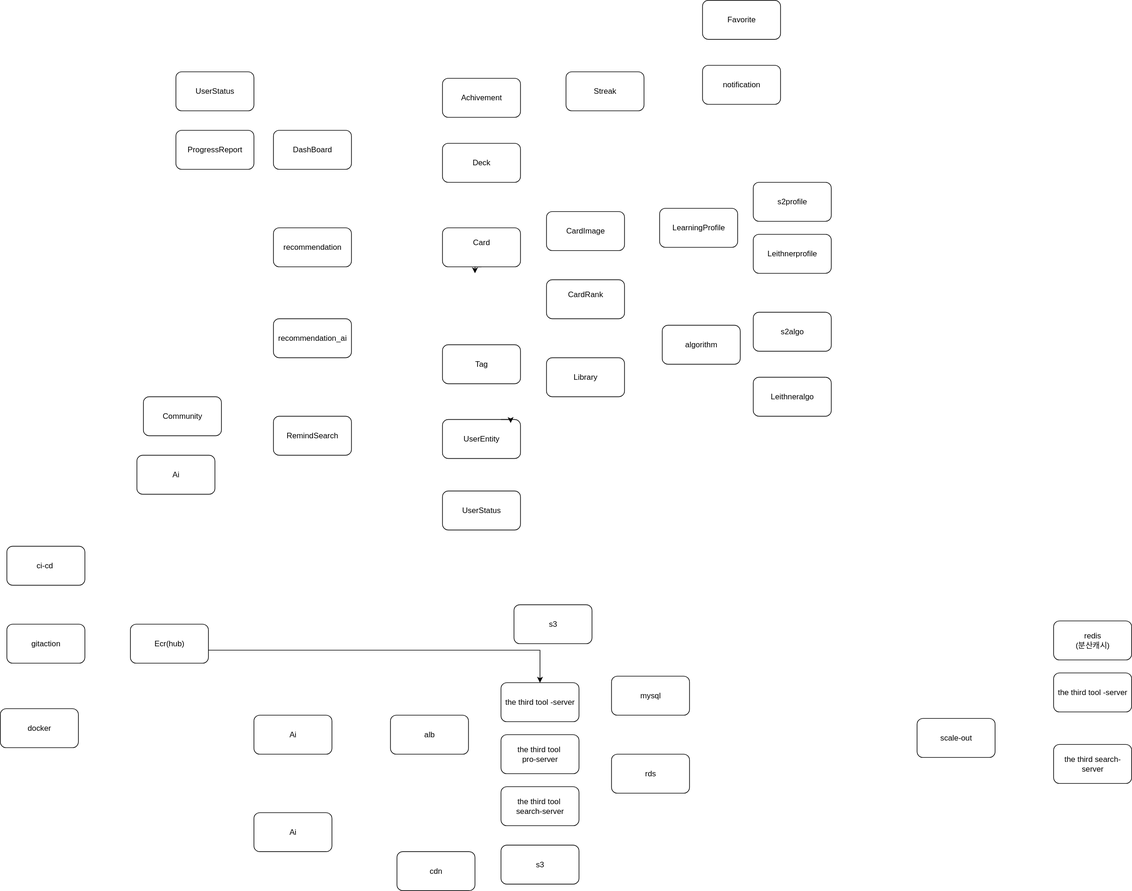
Earlier version of the draw.io export thirdtool.drawio.svg (Third-tool/third-tool-backend). Source tidied: cells renumbered, new cells last; positions are measured from the earlier drawing's top-left corner, leaving out a move shared by most shapes.
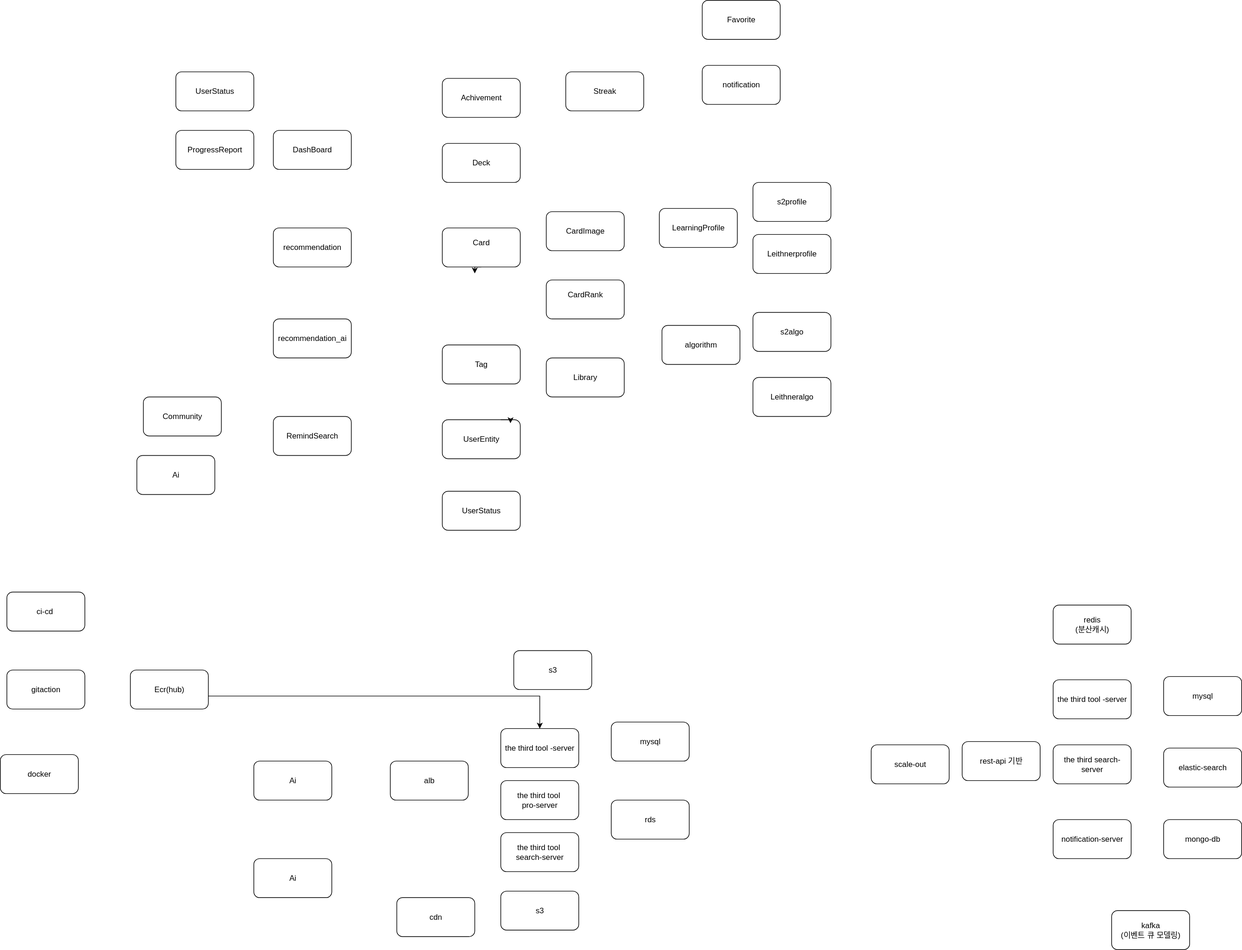
After the commit.

Change to the diagram source:
```diff
@@ -93,65 +93,83 @@
     </mxCell>
     <mxCell id="31" style="edgeStyle=orthogonalEdgeStyle;rounded=0;jettySize=auto;html=1;" parent="1" edge="1" target="42">
       <mxGeometry relative="1" as="geometry">
-        <mxPoint x="320" y="1000" as="sourcePoint" />
+        <mxPoint x="320" y="1070" as="sourcePoint" />
       </mxGeometry>
     </mxCell>
     <mxCell id="32" value="Ecr(hub)" style="rounded=1;whiteSpace=wrap;html=1;" parent="1" vertex="1">
-      <mxGeometry x="200" y="960" width="120" height="60" as="geometry" />
+      <mxGeometry x="200" y="1030" width="120" height="60" as="geometry" />
     </mxCell>
     <mxCell id="33" value="gitaction" style="rounded=1;whiteSpace=wrap;html=1;" parent="1" vertex="1">
-      <mxGeometry x="10" y="960" width="120" height="60" as="geometry" />
+      <mxGeometry x="10" y="1030" width="120" height="60" as="geometry" />
     </mxCell>
     <mxCell id="34" value="docker" style="rounded=1;whiteSpace=wrap;html=1;" parent="1" vertex="1">
-      <mxGeometry y="1090" width="120" height="60" as="geometry" />
+      <mxGeometry y="1160" width="120" height="60" as="geometry" />
     </mxCell>
     <mxCell id="35" value="rds" style="rounded=1;whiteSpace=wrap;html=1;" parent="1" vertex="1">
-      <mxGeometry x="940" y="1160" width="120" height="60" as="geometry" />
+      <mxGeometry x="940" y="1230" width="120" height="60" as="geometry" />
     </mxCell>
     <mxCell id="36" value="Ai" style="rounded=1;whiteSpace=wrap;html=1;" parent="1" vertex="1">
-      <mxGeometry x="390" y="1250" width="120" height="60" as="geometry" />
+      <mxGeometry x="390" y="1320" width="120" height="60" as="geometry" />
     </mxCell>
     <mxCell id="37" value="Ai" style="rounded=1;whiteSpace=wrap;html=1;" parent="1" vertex="1">
-      <mxGeometry x="390" y="1100" width="120" height="60" as="geometry" />
+      <mxGeometry x="390" y="1170" width="120" height="60" as="geometry" />
     </mxCell>
     <mxCell id="38" value="s3" style="rounded=1;whiteSpace=wrap;html=1;" parent="1" vertex="1">
-      <mxGeometry x="770" y="1300" width="120" height="60" as="geometry" />
+      <mxGeometry x="770" y="1370" width="120" height="60" as="geometry" />
     </mxCell>
     <mxCell id="39" value="cdn" style="rounded=1;whiteSpace=wrap;html=1;" parent="1" vertex="1">
-      <mxGeometry x="610" y="1310" width="120" height="60" as="geometry" />
+      <mxGeometry x="610" y="1380" width="120" height="60" as="geometry" />
     </mxCell>
     <mxCell id="40" value="alb" style="rounded=1;whiteSpace=wrap;html=1;" parent="1" vertex="1">
-      <mxGeometry x="600" y="1100" width="120" height="60" as="geometry" />
+      <mxGeometry x="600" y="1170" width="120" height="60" as="geometry" />
     </mxCell>
     <mxCell id="41" value="mysql" style="rounded=1;whiteSpace=wrap;html=1;" parent="1" vertex="1">
-      <mxGeometry x="940" y="1040" width="120" height="60" as="geometry" />
+      <mxGeometry x="940" y="1110" width="120" height="60" as="geometry" />
     </mxCell>
     <mxCell id="42" value="the third tool -server" style="rounded=1;whiteSpace=wrap;html=1;" parent="1" vertex="1">
-      <mxGeometry x="770" y="1050" width="120" height="60" as="geometry" />
+      <mxGeometry x="770" y="1120" width="120" height="60" as="geometry" />
     </mxCell>
     <mxCell id="43" value="s3" style="rounded=1;whiteSpace=wrap;html=1;" parent="1" vertex="1">
-      <mxGeometry x="790" y="930" width="120" height="60" as="geometry" />
+      <mxGeometry x="790" y="1000" width="120" height="60" as="geometry" />
     </mxCell>
     <mxCell id="44" value="the third tool&amp;nbsp;&lt;div&gt;pro-server&lt;/div&gt;" style="rounded=1;whiteSpace=wrap;html=1;" parent="1" vertex="1">
-      <mxGeometry x="770" y="1130" width="120" height="60" as="geometry" />
+      <mxGeometry x="770" y="1200" width="120" height="60" as="geometry" />
     </mxCell>
     <mxCell id="45" value="the third tool&amp;nbsp;&lt;div&gt;search-server&lt;/div&gt;" style="rounded=1;whiteSpace=wrap;html=1;" parent="1" vertex="1">
-      <mxGeometry x="770" y="1210" width="120" height="60" as="geometry" />
+      <mxGeometry x="770" y="1280" width="120" height="60" as="geometry" />
     </mxCell>
     <mxCell id="46" value="ci-cd&amp;nbsp;" style="rounded=1;whiteSpace=wrap;html=1;" parent="1" vertex="1">
-      <mxGeometry x="10" y="840" width="120" height="60" as="geometry" />
+      <mxGeometry x="10" y="910" width="120" height="60" as="geometry" />
     </mxCell>
     <mxCell id="47" value="the third tool -server" style="rounded=1;whiteSpace=wrap;html=1;" parent="1" vertex="1">
-      <mxGeometry x="1620" y="1035" width="120" height="60" as="geometry" />
+      <mxGeometry x="1620" y="1045" width="120" height="60" as="geometry" />
     </mxCell>
     <mxCell id="48" value="redis&lt;div&gt;(분산캐시)&lt;/div&gt;" style="rounded=1;whiteSpace=wrap;html=1;" parent="1" vertex="1">
-      <mxGeometry x="1620" y="955" width="120" height="60" as="geometry" />
+      <mxGeometry x="1620" y="930" width="120" height="60" as="geometry" />
     </mxCell>
     <mxCell id="49" value="scale-out" style="rounded=1;whiteSpace=wrap;html=1;" parent="1" vertex="1">
-      <mxGeometry x="1410" y="1105" width="120" height="60" as="geometry" />
+      <mxGeometry x="1340" y="1145" width="120" height="60" as="geometry" />
     </mxCell>
     <mxCell id="50" value="the third search-server" style="rounded=1;whiteSpace=wrap;html=1;" parent="1" vertex="1">
       <mxGeometry x="1620" y="1145" width="120" height="60" as="geometry" />
     </mxCell>
+    <mxCell id="51" value="elastic-search" style="rounded=1;whiteSpace=wrap;html=1;" parent="1" vertex="1">
+      <mxGeometry x="1790" y="1150" width="120" height="60" as="geometry" />
+    </mxCell>
+    <mxCell id="52" value="mysql" style="rounded=1;whiteSpace=wrap;html=1;" parent="1" vertex="1">
+      <mxGeometry x="1790" y="1040" width="120" height="60" as="geometry" />
+    </mxCell>
+    <mxCell id="53" value="notification-server" style="rounded=1;whiteSpace=wrap;html=1;" parent="1" vertex="1">
+      <mxGeometry x="1620" y="1260" width="120" height="60" as="geometry" />
+    </mxCell>
+    <mxCell id="54" value="mongo-db" style="rounded=1;whiteSpace=wrap;html=1;" parent="1" vertex="1">
+      <mxGeometry x="1790" y="1260" width="120" height="60" as="geometry" />
+    </mxCell>
+    <mxCell id="55" value="rest-api 기반" style="rounded=1;whiteSpace=wrap;html=1;" parent="1" vertex="1">
+      <mxGeometry x="1480" y="1140" width="120" height="60" as="geometry" />
+    </mxCell>
+    <mxCell id="56" value="kafka&lt;div&gt;(이벤트 큐 모델링)&lt;/div&gt;" style="rounded=1;whiteSpace=wrap;html=1;" parent="1" vertex="1">
+      <mxGeometry x="1710" y="1400" width="120" height="60" as="geometry" />
+    </mxCell>
   </root>
 </mxGraphModel>
```
